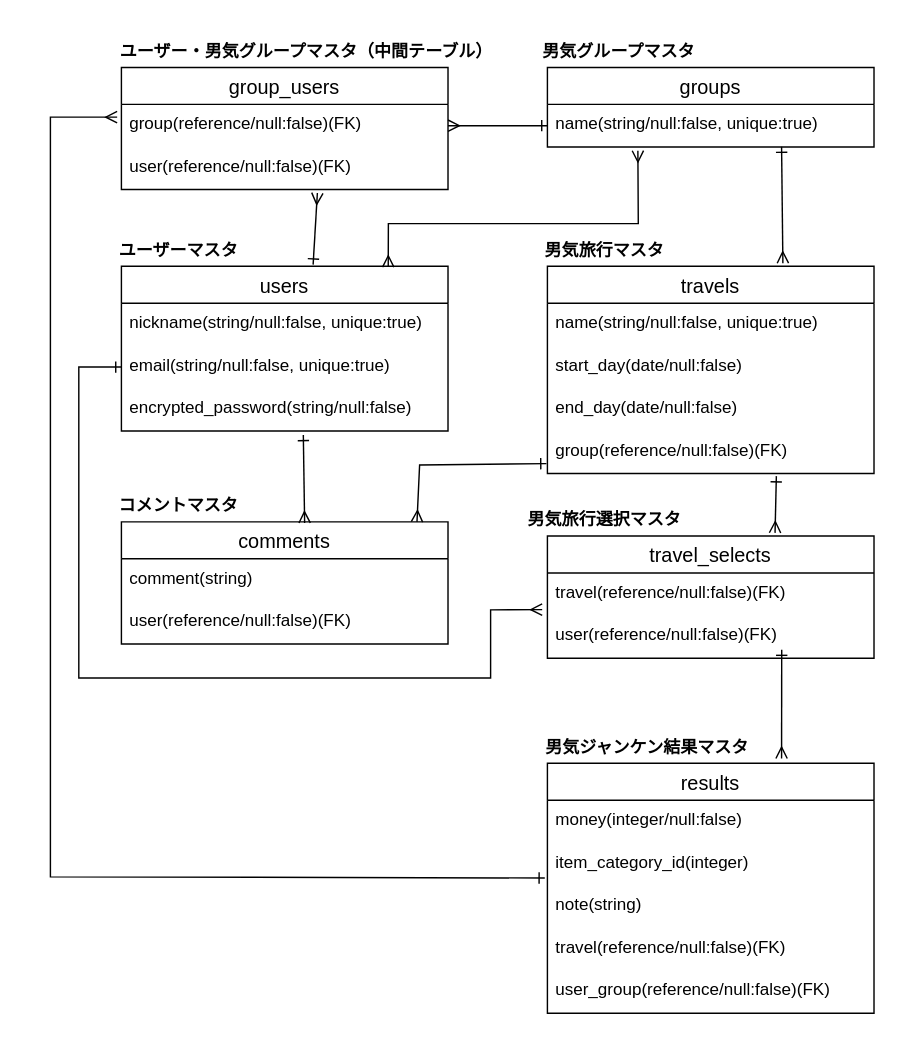
Earlier version of the draw.io diagram ER.dio (Shira3yuriharu/otokogi-janken-app). Source tidied: cells renumbered, new cells numbered last; positions are measured from the earlier drawing's top-left corner, leaving out a move shared by most shapes. Both pictures are drawn from the tidied source at 142%, with x=0, y=0 at pixel (50, 24).
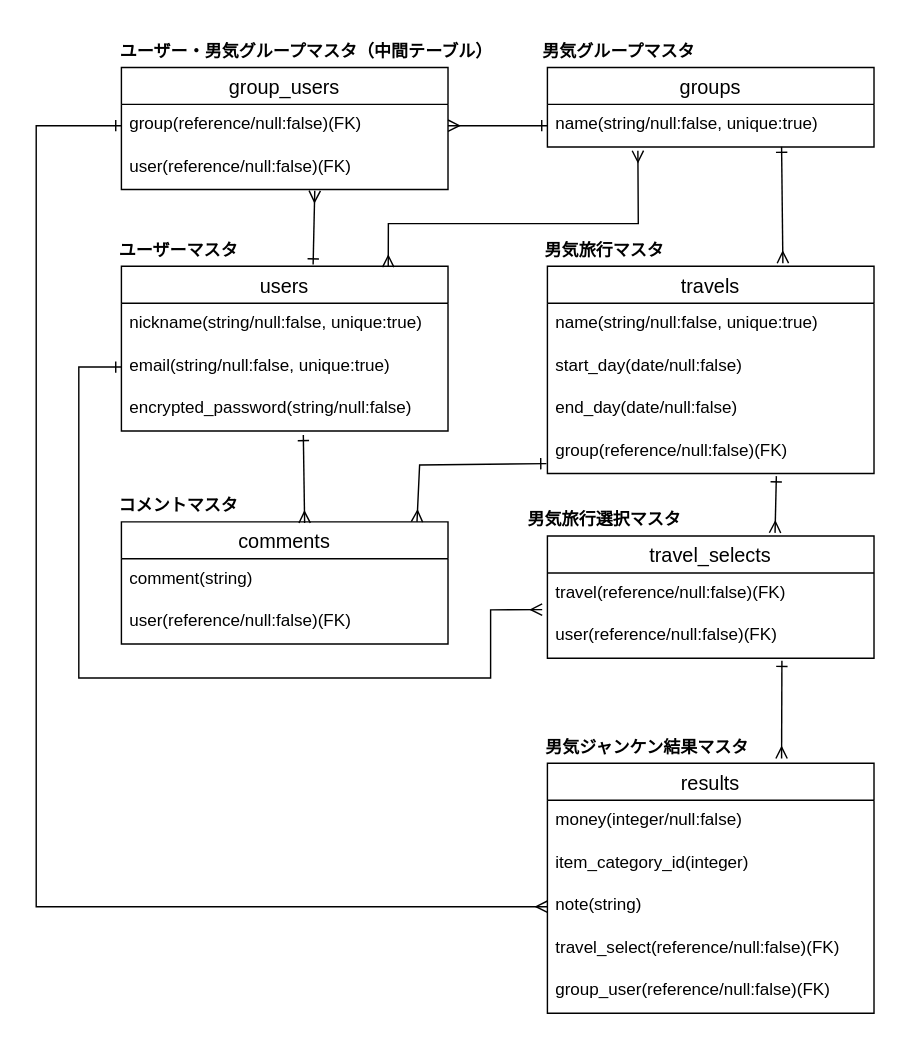
The same page after the edit.

Commit message (it also covers changes not shown here):
ビューファイル（男気ジャンケンの記録を行う旅行の選択ページ）作成

Unchanged cells that the change refers to:
```xml
<mxCell id="2" value="users" style="swimlane;fontStyle=0;horizontal=1;startSize=26;align=center;fontSize=14;" parent="1" vertex="1">
  <mxGeometry x="50" y="170" width="230" height="116" as="geometry" />
</mxCell>
<mxCell id="8" value="group(reference/null:false)(FK)" style="text;strokeColor=none;fillColor=none;spacingLeft=4;spacingRight=4;overflow=hidden;points=[[0,0.5],[1,0.5]];portConstraint=eastwest;fontSize=12;" parent="7" vertex="1">
  <mxGeometry y="26" width="230" height="30" as="geometry" />
</mxCell>
<mxCell id="9" value="user(reference/null:false)(FK)" style="text;strokeColor=none;fillColor=none;spacingLeft=4;spacingRight=4;overflow=hidden;points=[[0,0.5],[1,0.5]];portConstraint=eastwest;fontSize=12;" parent="7" vertex="1">
  <mxGeometry y="56" width="230" height="30" as="geometry" />
</mxCell>
<mxCell id="23" value="results" style="swimlane;fontStyle=0;horizontal=1;startSize=26;align=center;fontSize=14;" parent="1" vertex="1">
  <mxGeometry x="350" y="520" width="230" height="176" as="geometry" />
</mxCell>
<mxCell id="25" value="item_category_id(integer)" style="text;strokeColor=none;fillColor=none;spacingLeft=4;spacingRight=4;overflow=hidden;points=[[0,0.5],[1,0.5]];portConstraint=eastwest;fontSize=12;" parent="23" vertex="1">
  <mxGeometry y="56" width="230" height="30" as="geometry" />
</mxCell>
<mxCell id="26" value="note(string)" style="text;strokeColor=none;fillColor=none;spacingLeft=4;spacingRight=4;overflow=hidden;points=[[0,0.5],[1,0.5]];portConstraint=eastwest;fontSize=12;" parent="23" vertex="1">
  <mxGeometry y="86" width="230" height="30" as="geometry" />
</mxCell>
<mxCell id="41" value="user(reference/null:false)(FK)" style="text;strokeColor=none;fillColor=none;spacingLeft=4;spacingRight=4;overflow=hidden;points=[[0,0.5],[1,0.5]];portConstraint=eastwest;fontSize=12;" parent="39" vertex="1">
  <mxGeometry y="56" width="230" height="30" as="geometry" />
</mxCell>
```

Diff of the diagram source:
```diff
@@
-    <mxCell id="15" style="endArrow=ERmany;html=1;rounded=0;endFill=0;startArrow=ERone;startFill=0;exitX=0.587;exitY=-0.01;exitDx=0;exitDy=0;exitPerimeter=0;entryX=0.6;entryY=1.08;entryDx=0;entryDy=0;entryPerimeter=0;" parent="1" edge="1" source="2" target="9">
+    <mxCell id="15" style="endArrow=ERmany;html=1;rounded=0;endFill=0;startArrow=ERone;startFill=0;exitX=0.587;exitY=-0.01;exitDx=0;exitDy=0;exitPerimeter=0;entryX=0.592;entryY=1.027;entryDx=0;entryDy=0;entryPerimeter=0;" parent="1" edge="1" source="2" target="9">
       <mxGeometry relative="1" as="geometry" />
     </mxCell>
@@
-    <mxCell id="27" value="travel(reference/null:false)(FK)" style="text;strokeColor=none;fillColor=none;spacingLeft=4;spacingRight=4;overflow=hidden;fontSize=12;" parent="23" vertex="1">
+    <mxCell id="27" value="travel_select(reference/null:false)(FK)" style="text;strokeColor=none;fillColor=none;spacingLeft=4;spacingRight=4;overflow=hidden;fontSize=12;" parent="23" vertex="1">
       <mxGeometry y="116" width="230" height="30" as="geometry" />
     </mxCell>
-    <mxCell id="28" value="user_group(reference/null:false)(FK)" style="text;strokeColor=none;fillColor=none;spacingLeft=4;spacingRight=4;overflow=hidden;fontSize=12;" parent="23" vertex="1">
+    <mxCell id="28" value="group_user(reference/null:false)(FK)" style="text;strokeColor=none;fillColor=none;spacingLeft=4;spacingRight=4;overflow=hidden;fontSize=12;" parent="23" vertex="1">
       <mxGeometry y="146" width="230" height="30" as="geometry" />
     </mxCell>
@@
-    <mxCell id="30" style="endArrow=ERmany;html=1;rounded=0;endFill=0;startArrow=ERone;startFill=0;exitX=-0.008;exitY=0.827;exitDx=0;exitDy=0;exitPerimeter=0;" parent="1" edge="1" source="25">
-      <mxGeometry relative="1" as="geometry">
-        <mxPoint x="47" y="65" as="targetPoint" />
-        <Array as="points">
-          <mxPoint y="600" />
-          <mxPoint y="65" />
-        </Array>
-      </mxGeometry>
-    </mxCell>
-    <mxCell id="31" style="endArrow=ERmany;html=1;rounded=0;endFill=0;startArrow=ERone;startFill=0;entryX=0.717;entryY=-0.019;entryDx=0;entryDy=0;entryPerimeter=0;" parent="1" edge="1" target="23">
-      <mxGeometry relative="1" as="geometry">
-        <mxPoint x="515" y="440" as="sourcePoint" />
-      </mxGeometry>
+    <mxCell id="31" style="endArrow=ERmany;html=1;rounded=0;endFill=0;startArrow=ERone;startFill=0;entryX=0.717;entryY=-0.019;entryDx=0;entryDy=0;entryPerimeter=0;exitX=0.718;exitY=1.06;exitDx=0;exitDy=0;exitPerimeter=0;" parent="1" edge="1" source="41" target="23">
+      <mxGeometry relative="1" as="geometry" />
     </mxCell>
@@
+    <mxCell id="30" style="endArrow=ERmany;html=1;rounded=0;endFill=0;startArrow=ERone;startFill=0;exitX=0;exitY=0.5;exitDx=0;exitDy=0;entryX=0;entryY=0.5;entryDx=0;entryDy=0;" parent="1" edge="1" source="8" target="26">
+      <mxGeometry relative="1" as="geometry">
+        <Array as="points">
+          <mxPoint x="-10" y="71" />
+          <mxPoint x="-10" y="621" />
+        </Array>
+      </mxGeometry>
+    </mxCell>
```
